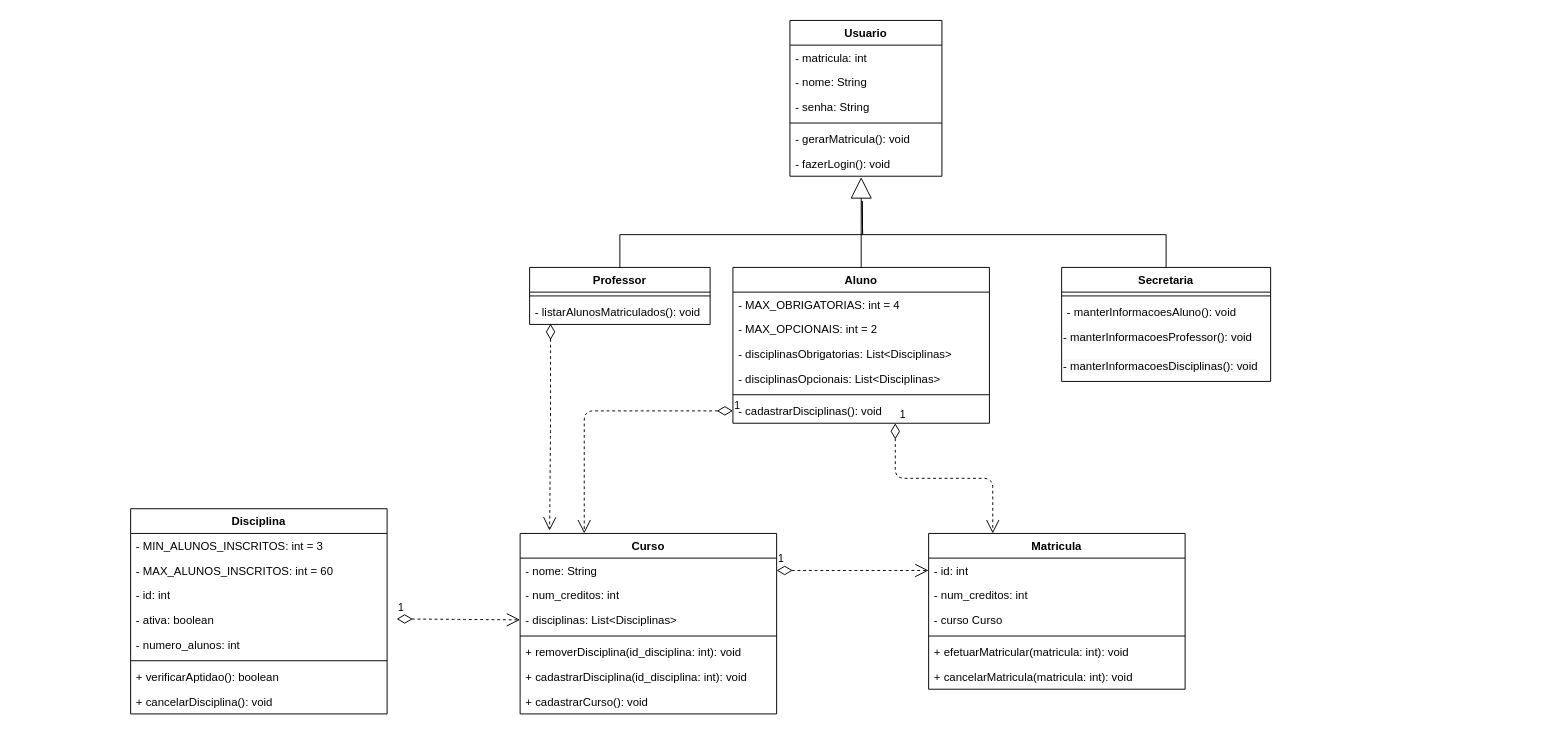
joeyclapton/projeto keeps this draw.io diagram as DIAGRAMA_CLASSE.drawio. Above is the earlier version. Source tidied: cells renumbered, new cells numbered last; positions are measured from the earlier drawing's top-left corner, leaving out a move shared by most shapes. Both pictures are drawn from the tidied source at 95%, with x=0, y=0 at pixel (130, 20).
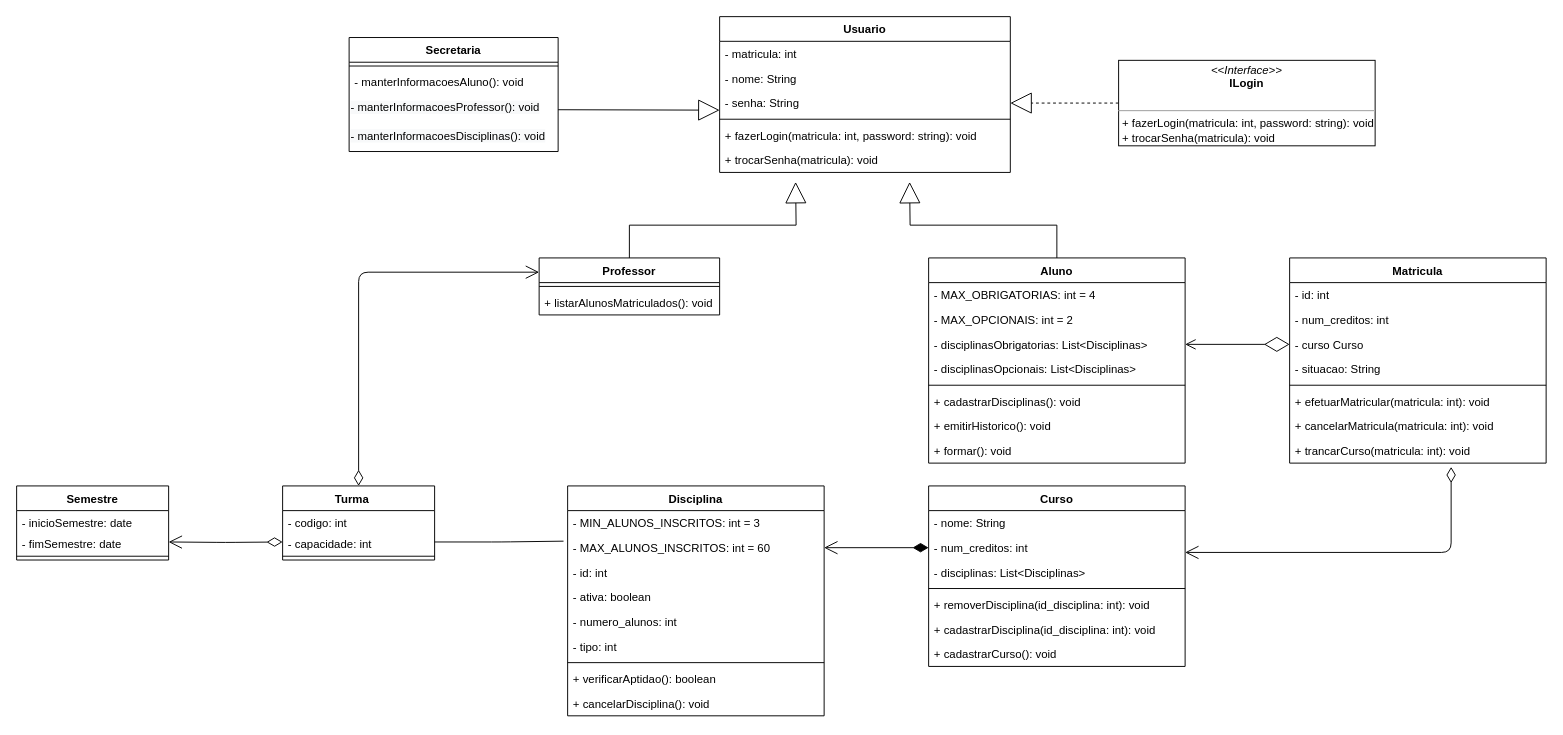
The same page after the edit.

The change refers to these unchanged cells:
```xml
<mxCell id="17" value="- disciplinasObrigatorias: List&lt;Disciplinas&gt;" style="text;strokeColor=none;fillColor=none;align=left;verticalAlign=top;spacingLeft=4;spacingRight=4;overflow=hidden;points=[[0,0.5],[1,0.5]];portConstraint=eastwest;" parent="14" vertex="1">
  <mxGeometry y="78" width="270" height="26" as="geometry" />
</mxCell>
<mxCell id="28" value="- nome: String" style="text;strokeColor=none;fillColor=none;align=left;verticalAlign=top;spacingLeft=4;spacingRight=4;overflow=hidden;points=[[0,0.5],[1,0.5]];portConstraint=eastwest;" parent="27" vertex="1">
  <mxGeometry y="26" width="270" height="26" as="geometry" />
</mxCell>
<mxCell id="29" value="- num_creditos: int" style="text;strokeColor=none;fillColor=none;align=left;verticalAlign=top;spacingLeft=4;spacingRight=4;overflow=hidden;points=[[0,0.5],[1,0.5]];portConstraint=eastwest;" parent="27" vertex="1">
  <mxGeometry y="52" width="270" height="26" as="geometry" />
</mxCell>
<mxCell id="30" value="- disciplinas: List&lt;Disciplinas&gt;" style="text;strokeColor=none;fillColor=none;align=left;verticalAlign=top;spacingLeft=4;spacingRight=4;overflow=hidden;points=[[0,0.5],[1,0.5]];portConstraint=eastwest;" parent="27" vertex="1">
  <mxGeometry y="78" width="270" height="26" as="geometry" />
</mxCell>
<mxCell id="36" value="- id: int" style="text;strokeColor=none;fillColor=none;align=left;verticalAlign=top;spacingLeft=4;spacingRight=4;overflow=hidden;points=[[0,0.5],[1,0.5]];portConstraint=eastwest;" parent="35" vertex="1">
  <mxGeometry y="26" width="270" height="26" as="geometry" />
</mxCell>
<mxCell id="38" value="- curso Curso" style="text;strokeColor=none;fillColor=none;align=left;verticalAlign=top;spacingLeft=4;spacingRight=4;overflow=hidden;points=[[0,0.5],[1,0.5]];portConstraint=eastwest;" parent="35" vertex="1">
  <mxGeometry y="78" width="270" height="26" as="geometry" />
</mxCell>
<mxCell id="44" value="- MAX_ALUNOS_INSCRITOS: int = 60" style="text;strokeColor=none;fillColor=none;align=left;verticalAlign=top;spacingLeft=4;spacingRight=4;overflow=hidden;points=[[0,0.5],[1,0.5]];portConstraint=eastwest;" parent="42" vertex="1">
  <mxGeometry y="52" width="270" height="26" as="geometry" />
</mxCell>
```

The edit, as a diff of the source:
```diff
@@
     <mxCell id="2" value="Usuario" style="swimlane;fontStyle=1;align=center;verticalAlign=top;horizontal=1;startSize=26;" parent="1" vertex="1">
-      <mxGeometry x="694" width="160" height="164" as="geometry" />
+      <mxGeometry x="620" y="-4" width="306" height="164" as="geometry" />
     </mxCell>
     <mxCell id="3" value="- matricula: int" style="text;strokeColor=none;fillColor=none;align=left;verticalAlign=top;spacingLeft=4;spacingRight=4;overflow=hidden;" parent="2" vertex="1">
-      <mxGeometry y="26" width="160" height="26" as="geometry" />
+      <mxGeometry y="26" width="306" height="26" as="geometry" />
     </mxCell>
     <mxCell id="4" value="- nome: String" style="text;strokeColor=none;fillColor=none;align=left;verticalAlign=top;spacingLeft=4;spacingRight=4;overflow=hidden;" parent="2" vertex="1">
-      <mxGeometry y="52" width="160" height="26" as="geometry" />
+      <mxGeometry y="52" width="306" height="26" as="geometry" />
     </mxCell>
     <mxCell id="5" value="- senha: String" style="text;strokeColor=none;fillColor=none;align=left;verticalAlign=top;spacingLeft=4;spacingRight=4;overflow=hidden;points=[[0,0.5],[1,0.5]];portConstraint=eastwest;" parent="2" vertex="1">
-      <mxGeometry y="78" width="160" height="26" as="geometry" />
+      <mxGeometry y="78" width="306" height="26" as="geometry" />
     </mxCell>
     <mxCell id="6" style="line;strokeWidth=1;fillColor=none;align=left;verticalAlign=middle;spacingTop=-1;spacingLeft=3;spacingRight=3;labelPosition=right;" parent="2" vertex="1">
-      <mxGeometry y="104" width="160" height="8" as="geometry" />
+      <mxGeometry y="104" width="306" height="8" as="geometry" />
     </mxCell>
-    <mxCell id="7" value="- gerarMatricula(): void" style="text;strokeColor=none;fillColor=none;align=left;verticalAlign=top;spacingLeft=4;spacingRight=4;overflow=hidden;" parent="2" vertex="1">
-      <mxGeometry y="112" width="160" height="26" as="geometry" />
+    <mxCell id="7" value="+ fazerLogin(matricula: int, password: string): void" style="text;strokeColor=none;fillColor=none;align=left;verticalAlign=top;spacingLeft=4;spacingRight=4;overflow=hidden;" parent="2" vertex="1">
+      <mxGeometry y="112" width="306" height="26" as="geometry" />
     </mxCell>
-    <mxCell id="8" value="- fazerLogin(): void" style="text;strokeColor=none;fillColor=none;align=left;verticalAlign=top;spacingLeft=4;spacingRight=4;overflow=hidden;points=[[0,0.5],[1,0.5]];portConstraint=eastwest;" parent="2" vertex="1">
-      <mxGeometry y="138" width="160" height="26" as="geometry" />
+    <mxCell id="8" value="+ trocarSenha(matricula): void" style="text;strokeColor=none;fillColor=none;align=left;verticalAlign=top;spacingLeft=4;spacingRight=4;overflow=hidden;points=[[0,0.5],[1,0.5]];portConstraint=eastwest;" parent="2" vertex="1">
+      <mxGeometry y="138" width="306" height="26" as="geometry" />
     </mxCell>
-    <mxCell id="9" style="edgeStyle=orthogonalEdgeStyle;rounded=0;jettySize=auto;html=1;exitX=0.5;exitY=0;exitDx=0;exitDy=0;endArrow=none;endFill=0;endSize=20;strokeWidth=1;" parent="1" edge="1" source="10">
-      <mxGeometry relative="1" as="geometry">
-        <mxPoint x="770" y="190" as="targetPoint" />
-      </mxGeometry>
-    </mxCell>
+    <mxCell id="56" style="edgeStyle=orthogonalEdgeStyle;rounded=0;jettySize=auto;html=1;exitX=0.5;exitY=0;exitDx=0;exitDy=0;endArrow=block;endFill=0;endSize=20;" parent="1" edge="1" source="10">
+      <mxGeometry relative="1" as="geometry">
+        <mxPoint x="700" y="170" as="targetPoint" />
+      </mxGeometry>
+    </mxCell>
     <mxCell id="10" value="Professor" style="swimlane;fontStyle=1;align=center;verticalAlign=top;horizontal=1;startSize=26;" parent="1" vertex="1">
-      <mxGeometry x="420" y="260" width="190" height="60" as="geometry" />
+      <mxGeometry x="430" y="250" width="190" height="60" as="geometry" />
     </mxCell>
@@
-    <mxCell id="12" value="- listarAlunosMatriculados(): void" style="text;strokeColor=none;fillColor=none;align=left;verticalAlign=top;spacingLeft=4;spacingRight=4;overflow=hidden;points=[[0,0.5],[1,0.5]];portConstraint=eastwest;" parent="10" vertex="1">
+    <mxCell id="12" value="+ listarAlunosMatriculados(): void" style="text;strokeColor=none;fillColor=none;align=left;verticalAlign=top;spacingLeft=4;spacingRight=4;overflow=hidden;points=[[0,0.5],[1,0.5]];portConstraint=eastwest;" parent="10" vertex="1">
       <mxGeometry y="34" width="190" height="26" as="geometry" />
     </mxCell>
-    <mxCell id="13" style="edgeStyle=orthogonalEdgeStyle;rounded=0;jettySize=auto;html=1;exitX=0.5;exitY=0;exitDx=0;exitDy=0;entryX=0.469;entryY=1.038;entryDx=0;entryDy=0;entryPerimeter=0;endArrow=block;endFill=0;strokeWidth=1;endSize=20;" parent="1" edge="1" source="14" target="8">
-      <mxGeometry relative="1" as="geometry" />
-    </mxCell>
+    <mxCell id="57" style="edgeStyle=orthogonalEdgeStyle;rounded=0;jettySize=auto;html=1;exitX=0.5;exitY=0;exitDx=0;exitDy=0;endArrow=block;endFill=0;endSize=20;" parent="1" edge="1" source="14">
+      <mxGeometry relative="1" as="geometry">
+        <mxPoint x="820" y="170" as="targetPoint" />
+      </mxGeometry>
+    </mxCell>
     <mxCell id="14" value="Aluno" style="swimlane;fontStyle=1;align=center;verticalAlign=top;horizontal=1;startSize=26;" parent="1" vertex="1">
-      <mxGeometry x="634" y="260" width="270" height="164" as="geometry" />
+      <mxGeometry x="840" y="250" width="270" height="216" as="geometry" />
     </mxCell>
@@
+    <mxCell id="58" value="+ cadastrarDisciplinas(): void" style="text;strokeColor=none;fillColor=none;align=left;verticalAlign=top;spacingLeft=4;spacingRight=4;overflow=hidden;" parent="14" vertex="1">
+      <mxGeometry y="138" width="270" height="26" as="geometry" />
+    </mxCell>
-    <mxCell id="20" value="- cadastrarDisciplinas(): void" style="text;strokeColor=none;fillColor=none;align=left;verticalAlign=top;spacingLeft=4;spacingRight=4;overflow=hidden;points=[[0,0.5],[1,0.5]];portConstraint=eastwest;" parent="14" vertex="1">
-      <mxGeometry y="138" width="270" height="26" as="geometry" />
+    <mxCell id="20" value="+ emitirHistorico(): void" style="text;strokeColor=none;fillColor=none;align=left;verticalAlign=top;spacingLeft=4;spacingRight=4;overflow=hidden;points=[[0,0.5],[1,0.5]];portConstraint=eastwest;" parent="14" vertex="1">
+      <mxGeometry y="164" width="270" height="26" as="geometry" />
     </mxCell>
-    <mxCell id="21" style="edgeStyle=orthogonalEdgeStyle;rounded=0;jettySize=auto;html=1;exitX=0.5;exitY=0;exitDx=0;exitDy=0;endArrow=none;endFill=0;endSize=20;strokeWidth=1;" parent="1" edge="1" source="22">
-      <mxGeometry relative="1" as="geometry">
-        <mxPoint x="770" y="190" as="targetPoint" />
-      </mxGeometry>
-    </mxCell>
+    <mxCell id="59" value="+ formar(): void" style="text;strokeColor=none;fillColor=none;align=left;verticalAlign=top;spacingLeft=4;spacingRight=4;overflow=hidden;" parent="14" vertex="1">
+      <mxGeometry y="190" width="270" height="26" as="geometry" />
+    </mxCell>
     <mxCell id="22" value="Secretaria" style="swimlane;fontStyle=1;align=center;verticalAlign=top;horizontal=1;startSize=26;" parent="1" vertex="1">
-      <mxGeometry x="980" y="260" width="220" height="120" as="geometry" />
+      <mxGeometry x="230" y="18" width="220" height="120" as="geometry" />
     </mxCell>
@@
     <mxCell id="27" value="Curso" style="swimlane;fontStyle=1;align=center;verticalAlign=top;horizontal=1;startSize=26;" parent="1" vertex="1">
-      <mxGeometry x="410" y="540" width="270" height="190" as="geometry" />
+      <mxGeometry x="840" y="490" width="270" height="190" as="geometry" />
     </mxCell>
@@
     <mxCell id="35" value="Matricula" style="swimlane;fontStyle=1;align=center;verticalAlign=top;horizontal=1;startSize=26;" parent="1" vertex="1">
-      <mxGeometry x="840" y="540" width="270" height="164" as="geometry" />
+      <mxGeometry x="1220" y="250" width="270" height="216" as="geometry" />
     </mxCell>
@@
+    <mxCell id="60" value="- situacao: String" style="text;strokeColor=none;fillColor=none;align=left;verticalAlign=top;spacingLeft=4;spacingRight=4;overflow=hidden;" parent="35" vertex="1">
+      <mxGeometry y="104" width="270" height="26" as="geometry" />
+    </mxCell>
     <mxCell id="39" style="line;strokeWidth=1;fillColor=none;align=left;verticalAlign=middle;spacingTop=-1;spacingLeft=3;spacingRight=3;labelPosition=right;" parent="35" vertex="1">
-      <mxGeometry y="104" width="270" height="8" as="geometry" />
+      <mxGeometry y="130" width="270" height="8" as="geometry" />
     </mxCell>
     <mxCell id="40" value="+ efetuarMatricular(matricula: int): void" style="text;strokeColor=none;fillColor=none;align=left;verticalAlign=top;spacingLeft=4;spacingRight=4;overflow=hidden;" parent="35" vertex="1">
-      <mxGeometry y="112" width="270" height="26" as="geometry" />
+      <mxGeometry y="138" width="270" height="26" as="geometry" />
     </mxCell>
     <mxCell id="41" value="+ cancelarMatricula(matricula: int): void" style="text;strokeColor=none;fillColor=none;align=left;verticalAlign=top;spacingLeft=4;spacingRight=4;overflow=hidden;" parent="35" vertex="1">
-      <mxGeometry y="138" width="270" height="26" as="geometry" />
+      <mxGeometry y="164" width="270" height="26" as="geometry" />
     </mxCell>
+    <mxCell id="61" value="+ trancarCurso(matricula: int): void" style="text;strokeColor=none;fillColor=none;align=left;verticalAlign=top;spacingLeft=4;spacingRight=4;overflow=hidden;" parent="35" vertex="1">
+      <mxGeometry y="190" width="270" height="26" as="geometry" />
+    </mxCell>
     <mxCell id="42" value="Disciplina" style="swimlane;fontStyle=1;align=center;verticalAlign=top;horizontal=1;startSize=26;" parent="1" vertex="1">
-      <mxGeometry y="514" width="270" height="216" as="geometry" />
+      <mxGeometry x="460" y="490" width="270" height="242" as="geometry" />
     </mxCell>
@@
+    <mxCell id="62" value="- numero_alunos: int" style="text;strokeColor=none;fillColor=none;align=left;verticalAlign=top;spacingLeft=4;spacingRight=4;overflow=hidden;" parent="42" vertex="1">
+      <mxGeometry y="130" width="270" height="26" as="geometry" />
+    </mxCell>
-    <mxCell id="47" value="- numero_alunos: int" style="text;strokeColor=none;fillColor=none;align=left;verticalAlign=top;spacingLeft=4;spacingRight=4;overflow=hidden;" parent="42" vertex="1">
-      <mxGeometry y="130" width="270" height="26" as="geometry" />
+    <mxCell id="47" value="- tipo: int" style="text;strokeColor=none;fillColor=none;align=left;verticalAlign=top;spacingLeft=4;spacingRight=4;overflow=hidden;" parent="42" vertex="1">
+      <mxGeometry y="156" width="270" height="26" as="geometry" />
     </mxCell>
     <mxCell id="48" style="line;strokeWidth=1;fillColor=none;align=left;verticalAlign=middle;spacingTop=-1;spacingLeft=3;spacingRight=3;labelPosition=right;" parent="42" vertex="1">
-      <mxGeometry y="156" width="270" height="8" as="geometry" />
+      <mxGeometry y="182" width="270" height="8" as="geometry" />
     </mxCell>
     <mxCell id="49" value="+ verificarAptidao(): boolean" style="text;strokeColor=none;fillColor=none;align=left;verticalAlign=top;spacingLeft=4;spacingRight=4;overflow=hidden;" parent="42" vertex="1">
-      <mxGeometry y="164" width="270" height="26" as="geometry" />
+      <mxGeometry y="190" width="270" height="26" as="geometry" />
     </mxCell>
     <mxCell id="50" value="+ cancelarDisciplina(): void" style="text;strokeColor=none;fillColor=none;align=left;verticalAlign=top;spacingLeft=4;spacingRight=4;overflow=hidden;" parent="42" vertex="1">
-      <mxGeometry y="190" width="270" height="26" as="geometry" />
+      <mxGeometry y="216" width="270" height="26" as="geometry" />
     </mxCell>
-    <mxCell id="51" value="1" style="endArrow=open;html=1;endSize=12;startArrow=diamondThin;startSize=14;startFill=0;edgeStyle=orthogonalEdgeStyle;align=left;verticalAlign=bottom;dashed=1;exitX=0;exitY=0.5;exitDx=0;exitDy=0;entryX=0.25;entryY=0;entryDx=0;entryDy=0;" parent="1" edge="1" source="20" target="27">
-      <mxGeometry x="-1" y="3" relative="1" as="geometry" />
-    </mxCell>
-    <mxCell id="52" value="1" style="endArrow=open;html=1;endSize=12;startArrow=diamondThin;startSize=14;startFill=0;edgeStyle=orthogonalEdgeStyle;align=left;verticalAlign=bottom;dashed=1;exitX=1;exitY=0.5;exitDx=0;exitDy=0;entryX=0;entryY=0.5;entryDx=0;entryDy=0;" parent="1" edge="1" source="28" target="36">
-      <mxGeometry x="-1" y="3" relative="1" as="geometry" />
-    </mxCell>
-    <mxCell id="53" value="1" style="endArrow=open;html=1;endSize=12;startArrow=diamondThin;startSize=14;startFill=0;edgeStyle=orthogonalEdgeStyle;align=left;verticalAlign=bottom;dashed=1;entryX=0;entryY=0.5;entryDx=0;entryDy=0;" parent="1" edge="1" target="30">
-      <mxGeometry x="-1" y="3" relative="1" as="geometry">
-        <mxPoint x="280" y="630" as="sourcePoint" />
-      </mxGeometry>
-    </mxCell>
-    <mxCell id="54" style="endArrow=open;html=1;endSize=12;startArrow=diamondThin;startSize=14;startFill=0;edgeStyle=orthogonalEdgeStyle;align=left;verticalAlign=bottom;dashed=1;entryX=0.115;entryY=-0.016;entryDx=0;entryDy=0;exitX=0.116;exitY=0.975;exitDx=0;exitDy=0;exitPerimeter=0;entryPerimeter=0;" parent="1" edge="1" source="12" target="27">
-      <mxGeometry x="-1" y="3" relative="1" as="geometry" />
-    </mxCell>
-    <mxCell id="55" value="1" style="endArrow=open;html=1;endSize=12;startArrow=diamondThin;startSize=14;startFill=0;edgeStyle=orthogonalEdgeStyle;align=left;verticalAlign=bottom;dashed=1;exitX=0.633;exitY=1;exitDx=0;exitDy=0;entryX=0.25;entryY=0;entryDx=0;entryDy=0;exitPerimeter=0;" parent="1" edge="1" source="20" target="35">
-      <mxGeometry x="-1" y="3" relative="1" as="geometry" />
-    </mxCell>
+    <mxCell id="63" value="Turma    " style="swimlane;fontStyle=1;align=center;verticalAlign=top;horizontal=1;startSize=26;" parent="1" vertex="1">
+      <mxGeometry x="160" y="490" width="160" height="78" as="geometry" />
+    </mxCell>
+    <mxCell id="64" value="- codigo: int&#10;" style="text;strokeColor=none;fillColor=none;align=left;verticalAlign=top;spacingLeft=4;spacingRight=4;overflow=hidden;" parent="63" vertex="1">
+      <mxGeometry y="26" width="160" height="22" as="geometry" />
+    </mxCell>
+    <mxCell id="65" value="- capacidade: int&#10;" style="text;strokeColor=none;fillColor=none;align=left;verticalAlign=top;spacingLeft=4;spacingRight=4;overflow=hidden;points=[[0,0.5],[1,0.5]];portConstraint=eastwest;" parent="63" vertex="1">
+      <mxGeometry y="48" width="160" height="22" as="geometry" />
+    </mxCell>
+    <mxCell id="66" style="line;strokeWidth=1;fillColor=none;align=left;verticalAlign=middle;spacingTop=-1;spacingLeft=3;spacingRight=3;labelPosition=right;" parent="63" vertex="1">
+      <mxGeometry y="70" width="160" height="8" as="geometry" />
+    </mxCell>
+    <mxCell id="67" style="edgeStyle=orthogonalEdgeStyle;rounded=0;jettySize=auto;html=1;exitX=0;exitY=0.5;exitDx=0;exitDy=0;entryX=1;entryY=0.5;entryDx=0;entryDy=0;endArrow=block;endFill=0;endSize=20;dashed=1;" parent="1" edge="1" source="68" target="5">
+      <mxGeometry relative="1" as="geometry" />
+    </mxCell>
+    <mxCell id="68" value="&lt;p style=&quot;margin: 0px ; margin-top: 4px ; text-align: center&quot;&gt;&lt;i&gt;&amp;lt;&amp;lt;Interface&amp;gt;&amp;gt;&lt;/i&gt;&lt;br&gt;&lt;b&gt;ILogin&lt;/b&gt;&lt;/p&gt;&lt;p style=&quot;margin: 0px ; margin-left: 4px&quot;&gt;&lt;br&gt;&lt;/p&gt;&lt;hr size=&quot;1&quot;&gt;&lt;p style=&quot;margin: 0px ; margin-left: 4px&quot;&gt;+ fazerLogin(matricula: int, password: string): void&lt;br&gt;+ trocarSenha(matricula): void&lt;/p&gt;" style="verticalAlign=top;align=left;overflow=fill;fontSize=12;fontFamily=Helvetica;html=1;" parent="1" vertex="1">
+      <mxGeometry x="1040" y="42" width="270" height="90" as="geometry" />
+    </mxCell>
+    <mxCell id="69" style="edgeStyle=orthogonalEdgeStyle;rounded=0;jettySize=auto;html=1;entryX=0;entryY=0.787;entryDx=0;entryDy=0;entryPerimeter=0;endArrow=block;endFill=0;endSize=20;" parent="1" edge="1" target="5">
+      <mxGeometry relative="1" as="geometry">
+        <mxPoint x="450" y="94" as="sourcePoint" />
+      </mxGeometry>
+    </mxCell>
+    <mxCell id="70" style="endArrow=open;html=1;endSize=12;startArrow=diamondThin;startSize=14;startFill=0;edgeStyle=orthogonalEdgeStyle;align=left;verticalAlign=bottom;exitX=0.5;exitY=0;exitDx=0;exitDy=0;entryX=0;entryY=0.25;entryDx=0;entryDy=0;" parent="1" edge="1" source="63" target="10">
+      <mxGeometry x="-1" y="3" relative="1" as="geometry" />
+    </mxCell>
+    <mxCell id="71" style="endArrow=none;html=1;endSize=12;startArrow=none;startSize=14;startFill=0;edgeStyle=orthogonalEdgeStyle;align=left;verticalAlign=bottom;exitX=1;exitY=0.5;exitDx=0;exitDy=0;entryX=-0.016;entryY=0.236;entryDx=0;entryDy=0;entryPerimeter=0;endFill=0;" parent="1" edge="1" source="65" target="44">
+      <mxGeometry x="-1" y="3" relative="1" as="geometry" />
+    </mxCell>
+    <mxCell id="72" value="Semestre" style="swimlane;fontStyle=1;align=center;verticalAlign=top;horizontal=1;startSize=26;" parent="1" vertex="1">
+      <mxGeometry x="-120" y="490" width="160" height="78" as="geometry" />
+    </mxCell>
+    <mxCell id="73" value="- inicioSemestre: date" style="text;strokeColor=none;fillColor=none;align=left;verticalAlign=top;spacingLeft=4;spacingRight=4;overflow=hidden;" parent="72" vertex="1">
+      <mxGeometry y="26" width="160" height="22" as="geometry" />
+    </mxCell>
+    <mxCell id="74" value="- fimSemestre: date" style="text;strokeColor=none;fillColor=none;align=left;verticalAlign=top;spacingLeft=4;spacingRight=4;overflow=hidden;points=[[0,0.5],[1,0.5]];portConstraint=eastwest;" parent="72" vertex="1">
+      <mxGeometry y="48" width="160" height="22" as="geometry" />
+    </mxCell>
+    <mxCell id="75" style="line;strokeWidth=1;fillColor=none;align=left;verticalAlign=middle;spacingTop=-1;spacingLeft=3;spacingRight=3;labelPosition=right;" parent="72" vertex="1">
+      <mxGeometry y="70" width="160" height="8" as="geometry" />
+    </mxCell>
+    <mxCell id="76" style="endArrow=open;html=1;endSize=12;startArrow=diamondThin;startSize=14;startFill=0;edgeStyle=orthogonalEdgeStyle;align=left;verticalAlign=bottom;entryX=1;entryY=0.5;entryDx=0;entryDy=0;" parent="1" edge="1" target="74">
+      <mxGeometry x="-1" y="3" relative="1" as="geometry">
+        <mxPoint x="160" y="549" as="sourcePoint" />
+      </mxGeometry>
+    </mxCell>
+    <mxCell id="77" style="endArrow=open;html=1;endSize=12;startArrow=diamondThin;startSize=14;startFill=1;edgeStyle=orthogonalEdgeStyle;align=left;verticalAlign=bottom;exitX=0;exitY=0.5;exitDx=0;exitDy=0;entryX=1;entryY=0.5;entryDx=0;entryDy=0;" parent="1" edge="1" source="29" target="44">
+      <mxGeometry x="-1" y="3" relative="1" as="geometry" />
+    </mxCell>
+    <mxCell id="78" style="endArrow=open;html=1;endSize=12;startArrow=diamondThin;startSize=14;startFill=0;edgeStyle=orthogonalEdgeStyle;align=left;verticalAlign=bottom;entryX=1;entryY=0.5;entryDx=0;entryDy=0;" parent="1" edge="1">
+      <mxGeometry x="-1" y="3" relative="1" as="geometry">
+        <mxPoint x="1390" y="470" as="sourcePoint" />
+        <mxPoint x="1110" y="560" as="targetPoint" />
+        <Array as="points">
+          <mxPoint x="1390" y="560" />
+        </Array>
+      </mxGeometry>
+    </mxCell>
+    <mxCell id="79" style="endArrow=diamondThin;endFill=0;endSize=24;html=1;entryX=0;entryY=0.5;entryDx=0;entryDy=0;exitX=1;exitY=0.5;exitDx=0;exitDy=0;startArrow=open;startFill=0;targetPerimeterSpacing=15;startSize=9;sourcePerimeterSpacing=5;" parent="1" edge="1" source="17" target="38">
+      <mxGeometry relative="1" as="geometry" />
+    </mxCell>
```
